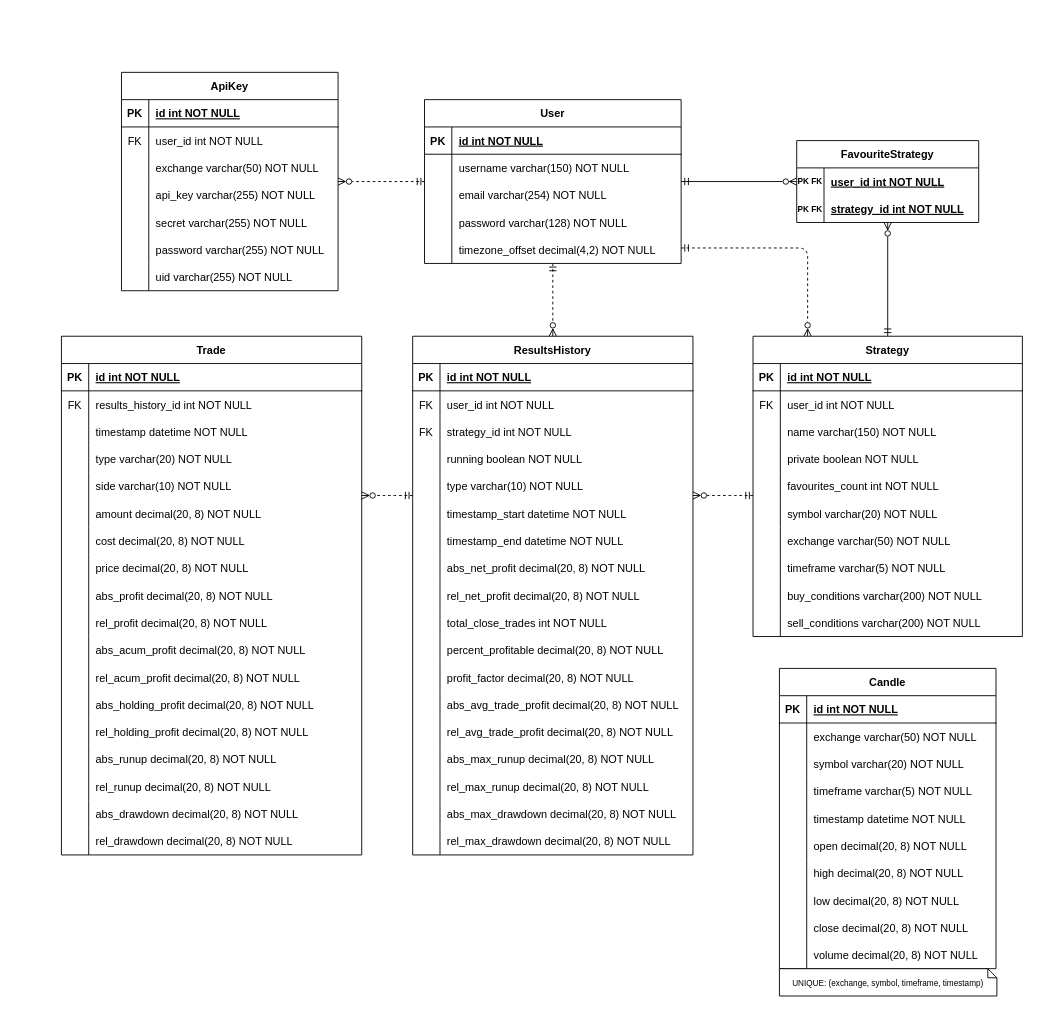
Above: docs/ERD.drawio in pgr866/Stratify (draw.io), before the change. Source tidied: cells renumbered, new cells numbered last; positions are measured from the earlier drawing's top-left corner, leaving out a move shared by most shapes. Both pictures are drawn from the tidied source at 91%, with x=0, y=0 at pixel (61, 72).
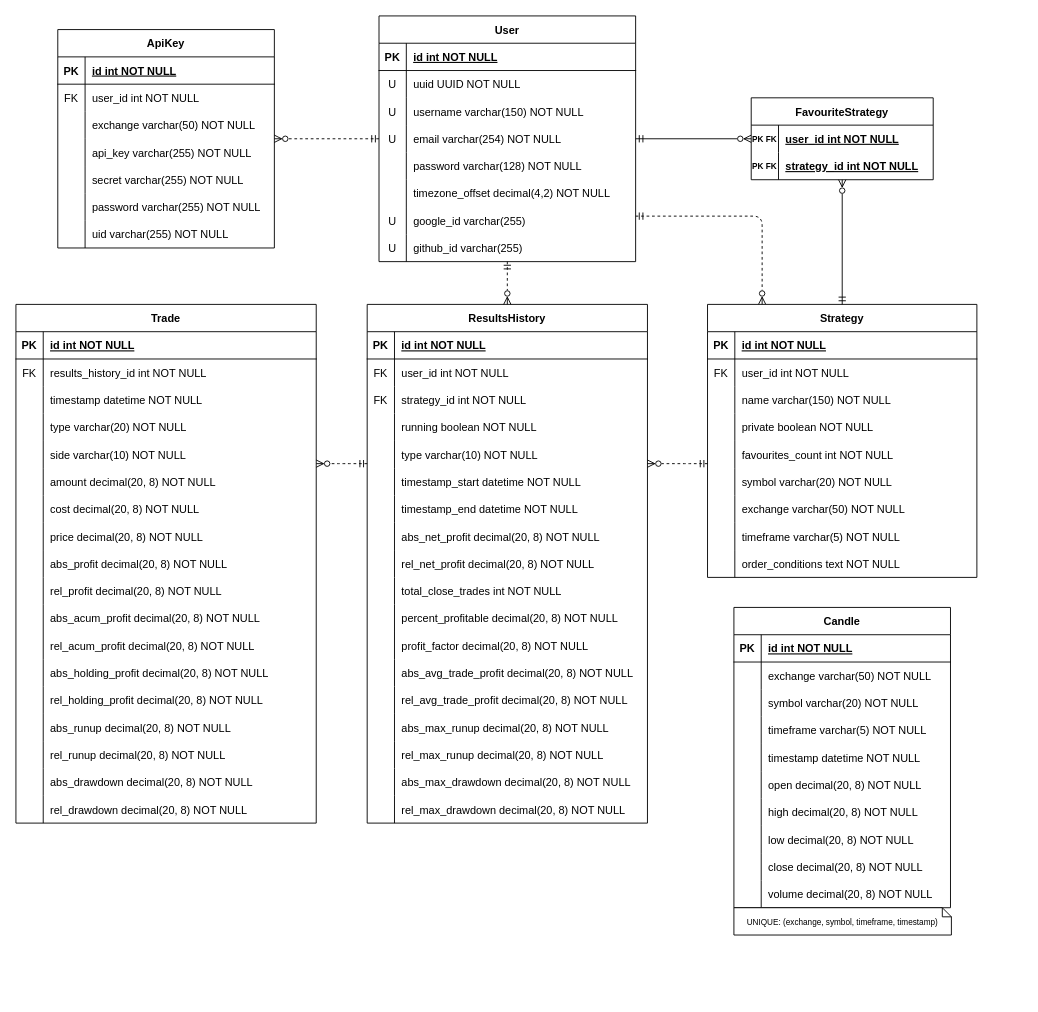
The same diagram, later.

The change refers to these unchanged cells:
```xml
<mxCell id="28" style="shape=partialRectangle;fillColor=none;top=0;left=0;right=0;bottom=0;" parent="3" vertex="1">
  <mxGeometry y="270" width="296" height="30" as="geometry" />
</mxCell>
```

Diff of the diagram source:
```diff
@@
     <mxCell id="2" style="endArrow=ERzeroToMany;startArrow=ERmandOne;endFill=0;startFill=0;edgeStyle=orthogonalEdgeStyle;dashed=1;" parent="1" edge="1" source="34" target="3">
       <mxGeometry relative="1" as="geometry">
         <Array as="points">
-          <mxPoint x="820" y="193" />
+          <mxPoint x="770" y="158" />
         </Array>
       </mxGeometry>
     </mxCell>
     <mxCell id="3" value="Strategy" style="shape=table;startSize=30;childLayout=tableLayout;rowLines=0;fontStyle=1;align=center;" parent="1" vertex="1">
-      <mxGeometry x="760" y="290" width="296" height="330" as="geometry" />
+      <mxGeometry x="710" y="255" width="296" height="300" as="geometry" />
     </mxCell>
@@
-    <mxCell id="30" value="buy_conditions varchar(200) NOT NULL" style="shape=partialRectangle;overflow=hidden;fillColor=none;top=0;left=0;bottom=0;right=0;align=left;spacingLeft=6;" parent="28" vertex="1">
+    <mxCell id="30" value="order_conditions text NOT NULL" style="shape=partialRectangle;overflow=hidden;fillColor=none;top=0;left=0;bottom=0;right=0;align=left;spacingLeft=6;" parent="28" vertex="1">
       <mxGeometry x="30" width="266" height="30" as="geometry" />
     </mxCell>
-    <mxCell id="31" style="shape=partialRectangle;fillColor=none;top=0;left=0;right=0;bottom=0;" parent="3" vertex="1">
-      <mxGeometry y="300" width="296" height="30" as="geometry" />
-    </mxCell>
-    <mxCell id="32" style="shape=partialRectangle;overflow=hidden;fillColor=none;top=0;left=0;bottom=0;right=0;" parent="31" vertex="1">
-      <mxGeometry width="30" height="30" as="geometry" />
-    </mxCell>
-    <mxCell id="33" value="sell_conditions varchar(200) NOT NULL" style="shape=partialRectangle;overflow=hidden;fillColor=none;top=0;left=0;bottom=0;right=0;align=left;spacingLeft=6;" parent="31" vertex="1">
-      <mxGeometry x="30" width="266" height="30" as="geometry" />
-    </mxCell>
     <mxCell id="34" value="User" style="shape=table;startSize=30;childLayout=tableLayout;rowLines=0;fontStyle=1;align=center;" parent="1" vertex="1">
-      <mxGeometry x="399" y="30" width="282" height="180" as="geometry" />
+      <mxGeometry x="349" y="-62" width="282" height="270" as="geometry" />
     </mxCell>
@@
+    <mxCell id="227" style="shape=partialRectangle;fillColor=none;top=0;left=0;right=0;bottom=0;" parent="34" vertex="1">
+      <mxGeometry y="60" width="282" height="30" as="geometry" />
+    </mxCell>
+    <mxCell id="228" value="U" style="shape=partialRectangle;overflow=hidden;fillColor=none;top=0;left=0;bottom=0;right=0;" parent="227" vertex="1">
+      <mxGeometry width="30" height="30" as="geometry" />
+    </mxCell>
+    <mxCell id="229" value="uuid UUID NOT NULL" style="shape=partialRectangle;overflow=hidden;fillColor=none;top=0;left=0;bottom=0;right=0;align=left;spacingLeft=6;" parent="227" vertex="1">
+      <mxGeometry x="30" width="252" height="30" as="geometry" />
+    </mxCell>
     <mxCell id="38" style="shape=partialRectangle;fillColor=none;top=0;left=0;right=0;bottom=0;" parent="34" vertex="1">
-      <mxGeometry y="60" width="282" height="30" as="geometry" />
+      <mxGeometry y="90" width="282" height="30" as="geometry" />
     </mxCell>
-    <mxCell id="39" style="shape=partialRectangle;overflow=hidden;fillColor=none;top=0;left=0;bottom=0;right=0;" parent="38" vertex="1">
+    <mxCell id="39" value="U" style="shape=partialRectangle;overflow=hidden;fillColor=none;top=0;left=0;bottom=0;right=0;" parent="38" vertex="1">
       <mxGeometry width="30" height="30" as="geometry" />
     </mxCell>
@@
     <mxCell id="41" style="shape=partialRectangle;fillColor=none;top=0;left=0;right=0;bottom=0;" parent="34" vertex="1">
-      <mxGeometry y="90" width="282" height="30" as="geometry" />
+      <mxGeometry y="120" width="282" height="30" as="geometry" />
     </mxCell>
-    <mxCell id="42" style="shape=partialRectangle;overflow=hidden;fillColor=none;top=0;left=0;bottom=0;right=0;" parent="41" vertex="1">
+    <mxCell id="42" value="U" style="shape=partialRectangle;overflow=hidden;fillColor=none;top=0;left=0;bottom=0;right=0;" parent="41" vertex="1">
       <mxGeometry width="30" height="30" as="geometry" />
     </mxCell>
@@
     <mxCell id="44" style="shape=partialRectangle;fillColor=none;top=0;left=0;right=0;bottom=0;" parent="34" vertex="1">
-      <mxGeometry y="120" width="282" height="30" as="geometry" />
+      <mxGeometry y="150" width="282" height="30" as="geometry" />
     </mxCell>
@@
     <mxCell id="47" style="shape=partialRectangle;fillColor=none;top=0;left=0;right=0;bottom=0;" parent="34" vertex="1">
-      <mxGeometry y="150" width="282" height="30" as="geometry" />
+      <mxGeometry y="180" width="282" height="30" as="geometry" />
     </mxCell>
@@
+    <mxCell id="230" style="shape=partialRectangle;fillColor=none;top=0;left=0;right=0;bottom=0;" parent="34" vertex="1">
+      <mxGeometry y="210" width="282" height="30" as="geometry" />
+    </mxCell>
+    <mxCell id="231" value="U" style="shape=partialRectangle;overflow=hidden;fillColor=none;top=0;left=0;bottom=0;right=0;" parent="230" vertex="1">
+      <mxGeometry width="30" height="30" as="geometry" />
+    </mxCell>
+    <mxCell id="232" value="google_id varchar(255)" style="shape=partialRectangle;overflow=hidden;fillColor=none;top=0;left=0;bottom=0;right=0;align=left;spacingLeft=6;" parent="230" vertex="1">
+      <mxGeometry x="30" width="252" height="30" as="geometry" />
+    </mxCell>
+    <mxCell id="233" style="shape=partialRectangle;fillColor=none;top=0;left=0;right=0;bottom=0;" parent="34" vertex="1">
+      <mxGeometry y="240" width="282" height="30" as="geometry" />
+    </mxCell>
+    <mxCell id="234" value="U" style="shape=partialRectangle;overflow=hidden;fillColor=none;top=0;left=0;bottom=0;right=0;" parent="233" vertex="1">
+      <mxGeometry width="30" height="30" as="geometry" />
+    </mxCell>
+    <mxCell id="235" value="github_id varchar(255)" style="shape=partialRectangle;overflow=hidden;fillColor=none;top=0;left=0;bottom=0;right=0;align=left;spacingLeft=6;" parent="233" vertex="1">
+      <mxGeometry x="30" width="252" height="30" as="geometry" />
+    </mxCell>
     <mxCell id="50" value="ApiKey" style="shape=table;startSize=30;childLayout=tableLayout;rowLines=0;fontStyle=1;align=center;" parent="1" vertex="1">
-      <mxGeometry x="66" width="238" height="240" as="geometry" />
+      <mxGeometry x="-4" y="-47" width="238" height="240" as="geometry" />
     </mxCell>
@@
     <mxCell id="73" value="Candle" style="shape=table;startSize=30;childLayout=tableLayout;rowLines=0;fontStyle=1;align=center;" parent="1" vertex="1">
-      <mxGeometry x="789" y="655" width="238" height="330" as="geometry" />
+      <mxGeometry x="739" y="588" width="238" height="330" as="geometry" />
     </mxCell>
@@
     <mxCell id="104" value="ResultsHistory" style="shape=table;startSize=30;childLayout=tableLayout;rowLines=0;fontStyle=1;align=center;" parent="1" vertex="1">
-      <mxGeometry x="386" y="290" width="308" height="570" as="geometry" />
+      <mxGeometry x="336" y="255" width="308" height="570" as="geometry" />
     </mxCell>
@@
     <mxCell id="160" style="endArrow=ERzeroToMany;startArrow=ERmandOne;endFill=0;startFill=0;edgeStyle=orthogonalEdgeStyle;dashed=1;" parent="1" edge="1" source="3" target="104">
       <mxGeometry relative="1" as="geometry">
         <Array as="points">
-          <mxPoint x="730" y="465" />
-          <mxPoint x="730" y="465" />
+          <mxPoint x="680" y="430" />
+          <mxPoint x="680" y="430" />
         </Array>
       </mxGeometry>
     </mxCell>
     <mxCell id="161" value="Trade" style="shape=table;startSize=30;childLayout=tableLayout;rowLines=0;fontStyle=1;align=center;" parent="1" vertex="1">
-      <mxGeometry y="290" width="330" height="570" as="geometry" />
+      <mxGeometry x="-50" y="255" width="330" height="570" as="geometry" />
     </mxCell>
@@
     <mxCell id="216" value="FavouriteStrategy" style="shape=table;startSize=30;childLayout=tableLayout;rowLines=0;fontStyle=1;align=center;" parent="1" vertex="1">
-      <mxGeometry x="808" y="75" width="200" height="90" as="geometry" />
+      <mxGeometry x="758" y="28" width="200" height="90" as="geometry" />
     </mxCell>
@@
     <mxCell id="225" style="endArrow=ERzeroToMany;startArrow=ERmandOne;endFill=0;startFill=0;edgeStyle=orthogonalEdgeStyle;dashed=1;" parent="1" edge="1" source="104" target="161">
       <mxGeometry relative="1" as="geometry">
         <Array as="points">
-          <mxPoint x="360" y="465" />
-          <mxPoint x="360" y="465" />
+          <mxPoint x="310" y="430" />
+          <mxPoint x="310" y="430" />
         </Array>
       </mxGeometry>
     </mxCell>
     <mxCell id="226" value="&lt;font style=&quot;font-size: 9px;&quot;&gt;UNIQUE: (exchange, symbol, timeframe, timestamp)&lt;/font&gt;" style="shape=note;size=10;whiteSpace=wrap;html=1;" parent="1" vertex="1">
-      <mxGeometry x="789" y="985" width="239" height="30" as="geometry" />
+      <mxGeometry x="739" y="918" width="239" height="30" as="geometry" />
     </mxCell>
```
